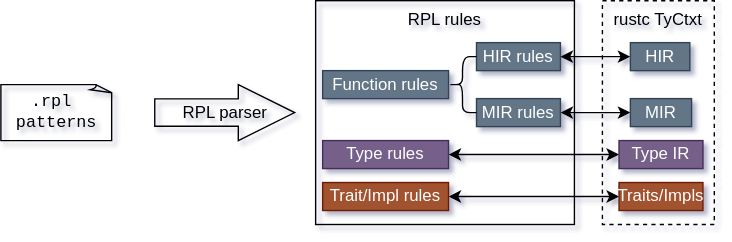
Before: docs/design-docs/rpl.svg, a diagram exported from draw.io (stuuupidcat/RPL). Source tidied: cells renumbered, new cells last; positions are measured from the earlier drawing's top-left corner, leaving out a move shared by most shapes. Its diagram source:
```xml
<mxGraphModel shadow="1">
  <root>
    <mxCell id="0" />
    <mxCell id="1" parent="0" />
    <mxCell id="2" value="rustc TyCtxt" style="whiteSpace=wrap;html=1;verticalAlign=top;fillColor=none;dashed=1;" parent="1" vertex="1">
      <mxGeometry x="430" width="80" height="160" as="geometry" />
    </mxCell>
    <mxCell id="3" value="&lt;pre&gt;.rpl &lt;br/&gt;patterns&lt;/pre&gt;" style="whiteSpace=wrap;html=1;shape=mxgraph.basic.document;fillColor=none;" parent="1" vertex="1">
      <mxGeometry y="60" width="80" height="40" as="geometry" />
    </mxCell>
    <mxCell id="4" value="RPL rules" style="whiteSpace=wrap;html=1;verticalAlign=top;fillColor=none;" parent="1" vertex="1">
      <mxGeometry x="225" width="185" height="160" as="geometry" />
    </mxCell>
    <mxCell id="5" value="Function rules" style="whiteSpace=wrap;html=1;fillColor=#647687;strokeColor=#314354;fontColor=#ffffff;" parent="1" vertex="1">
      <mxGeometry x="230" y="50" width="90" height="20" as="geometry" />
    </mxCell>
    <mxCell id="6" style="edgeStyle=orthogonalEdgeStyle;html=1;fontColor=default;startArrow=classic;startFill=1;" parent="1" edge="1" source="7" target="17">
      <mxGeometry relative="1" as="geometry" />
    </mxCell>
    <mxCell id="7" value="Type rules" style="whiteSpace=wrap;html=1;fillColor=#76608a;fontColor=#ffffff;strokeColor=#432D57;" parent="1" vertex="1">
      <mxGeometry x="230" y="100" width="90" height="20" as="geometry" />
    </mxCell>
    <mxCell id="8" style="edgeStyle=orthogonalEdgeStyle;html=1;fontColor=default;startArrow=classic;startFill=1;" parent="1" edge="1" source="9" target="18">
      <mxGeometry relative="1" as="geometry" />
    </mxCell>
    <mxCell id="9" value="Trait/Impl rules" style="whiteSpace=wrap;html=1;fillColor=#a0522d;fontColor=#ffffff;strokeColor=#6D1F00;" parent="1" vertex="1">
      <mxGeometry x="230" y="130" width="90" height="20" as="geometry" />
    </mxCell>
    <mxCell id="10" value="HIR rules" style="whiteSpace=wrap;html=1;fillColor=#647687;strokeColor=#314354;fontColor=#ffffff;" parent="1" vertex="1">
      <mxGeometry x="340" y="30" width="60" height="20" as="geometry" />
    </mxCell>
    <mxCell id="11" style="edgeStyle=orthogonalEdgeStyle;html=1;entryX=0;entryY=0.5;entryDx=0;entryDy=0;fontColor=default;startArrow=classic;startFill=1;" parent="1" edge="1" source="12" target="15">
      <mxGeometry relative="1" as="geometry" />
    </mxCell>
    <mxCell id="12" value="MIR rules" style="whiteSpace=wrap;html=1;fillColor=#647687;strokeColor=#314354;fontColor=#ffffff;" parent="1" vertex="1">
      <mxGeometry x="340" y="70" width="60" height="20" as="geometry" />
    </mxCell>
    <mxCell id="13" style="shape=curlyBracket;whiteSpace=wrap;html=1;rounded=1;labelPosition=left;verticalLabelPosition=middle;align=right;verticalAlign=middle;shadow=0;glass=0;sketch=0;fontColor=default;fillColor=none;" parent="1" vertex="1">
      <mxGeometry x="320" y="40" width="20" height="40" as="geometry" />
    </mxCell>
    <mxCell id="14" value="RPL parser" style="html=1;shadow=0;dashed=0;align=center;verticalAlign=middle;shape=mxgraph.arrows2.arrow;dy=0.51;dx=40.29;notch=0;rounded=1;glass=0;sketch=0;fontColor=default;fillColor=none;" parent="1" vertex="1">
      <mxGeometry x="110" y="60" width="100" height="40" as="geometry" />
    </mxCell>
    <mxCell id="15" value="MIR" style="whiteSpace=wrap;html=1;fillColor=#647687;fontColor=#ffffff;strokeColor=#314354;" parent="1" vertex="1">
      <mxGeometry x="450" y="70" width="43.8" height="20" as="geometry" />
    </mxCell>
    <mxCell id="16" value="HIR" style="whiteSpace=wrap;html=1;fillColor=#647687;fontColor=#ffffff;strokeColor=#314354;" parent="1" vertex="1">
      <mxGeometry x="450" y="30" width="42.5" height="20" as="geometry" />
    </mxCell>
    <mxCell id="17" value="Type IR" style="whiteSpace=wrap;html=1;fillColor=#76608a;fontColor=#ffffff;strokeColor=#432D57;" parent="1" vertex="1">
      <mxGeometry x="441.9" y="100" width="60" height="20" as="geometry" />
    </mxCell>
    <mxCell id="18" value="Traits/Impls" style="whiteSpace=wrap;html=1;fillColor=#a0522d;fontColor=#ffffff;strokeColor=#6D1F00;" parent="1" vertex="1">
      <mxGeometry x="441.9" y="130" width="60" height="20" as="geometry" />
    </mxCell>
    <mxCell id="19" style="endArrow=classic;startArrow=classic;html=1;fontColor=default;entryX=0;entryY=0.5;entryDx=0;entryDy=0;exitX=1;exitY=0.5;exitDx=0;exitDy=0;" parent="1" edge="1" source="10" target="16">
      <mxGeometry relative="1" as="geometry" />
    </mxCell>
  </root>
</mxGraphModel>
```
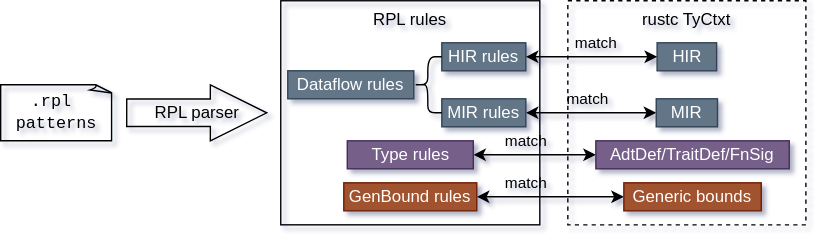
Later version of the same file.

Change to the diagram source:
```diff
@@ -3,58 +3,63 @@
     <mxCell id="0" />
     <mxCell id="1" parent="0" />
     <mxCell id="2" value="rustc TyCtxt" style="whiteSpace=wrap;html=1;verticalAlign=top;fillColor=none;dashed=1;" parent="1" vertex="1">
-      <mxGeometry x="430" width="80" height="160" as="geometry" />
+      <mxGeometry x="405" width="170" height="160" as="geometry" />
     </mxCell>
     <mxCell id="3" value="&lt;pre&gt;.rpl &lt;br/&gt;patterns&lt;/pre&gt;" style="whiteSpace=wrap;html=1;shape=mxgraph.basic.document;fillColor=none;" parent="1" vertex="1">
       <mxGeometry y="60" width="80" height="40" as="geometry" />
     </mxCell>
     <mxCell id="4" value="RPL rules" style="whiteSpace=wrap;html=1;verticalAlign=top;fillColor=none;" parent="1" vertex="1">
-      <mxGeometry x="225" width="185" height="160" as="geometry" />
+      <mxGeometry x="200" width="185" height="160" as="geometry" />
     </mxCell>
-    <mxCell id="5" value="Function rules" style="whiteSpace=wrap;html=1;fillColor=#647687;strokeColor=#314354;fontColor=#ffffff;" parent="1" vertex="1">
-      <mxGeometry x="230" y="50" width="90" height="20" as="geometry" />
+    <mxCell id="5" value="Dataflow rules" style="whiteSpace=wrap;html=1;fillColor=#647687;strokeColor=#314354;fontColor=#ffffff;" parent="1" vertex="1">
+      <mxGeometry x="205" y="50" width="90" height="20" as="geometry" />
     </mxCell>
-    <mxCell id="6" style="edgeStyle=orthogonalEdgeStyle;html=1;fontColor=default;startArrow=classic;startFill=1;" parent="1" edge="1" source="7" target="17">
-      <mxGeometry relative="1" as="geometry" />
+    <mxCell id="6" value="match" style="edgeStyle=orthogonalEdgeStyle;html=1;fontColor=default;startArrow=classic;startFill=1;labelBackgroundColor=none;" parent="1" edge="1" source="7" target="17">
+      <mxGeometry x="-0.14" y="10" relative="1" as="geometry" />
     </mxCell>
     <mxCell id="7" value="Type rules" style="whiteSpace=wrap;html=1;fillColor=#76608a;fontColor=#ffffff;strokeColor=#432D57;" parent="1" vertex="1">
-      <mxGeometry x="230" y="100" width="90" height="20" as="geometry" />
+      <mxGeometry x="247.5" y="100" width="90" height="20" as="geometry" />
     </mxCell>
-    <mxCell id="8" style="edgeStyle=orthogonalEdgeStyle;html=1;fontColor=default;startArrow=classic;startFill=1;" parent="1" edge="1" source="9" target="18">
-      <mxGeometry relative="1" as="geometry" />
+    <mxCell id="8" value="match" style="edgeStyle=orthogonalEdgeStyle;html=1;fontColor=default;startArrow=classic;startFill=1;labelBackgroundColor=none;" parent="1" edge="1" source="9" target="18">
+      <mxGeometry x="-0.33" y="10" relative="1" as="geometry" />
     </mxCell>
-    <mxCell id="9" value="Trait/Impl rules" style="whiteSpace=wrap;html=1;fillColor=#a0522d;fontColor=#ffffff;strokeColor=#6D1F00;" parent="1" vertex="1">
-      <mxGeometry x="230" y="130" width="90" height="20" as="geometry" />
+    <mxCell id="9" value="GenBound rules" style="whiteSpace=wrap;html=1;fillColor=#a0522d;fontColor=#ffffff;strokeColor=#6D1F00;" parent="1" vertex="1">
+      <mxGeometry x="245" y="130" width="95" height="20" as="geometry" />
     </mxCell>
     <mxCell id="10" value="HIR rules" style="whiteSpace=wrap;html=1;fillColor=#647687;strokeColor=#314354;fontColor=#ffffff;" parent="1" vertex="1">
-      <mxGeometry x="340" y="30" width="60" height="20" as="geometry" />
+      <mxGeometry x="315" y="30" width="60" height="20" as="geometry" />
     </mxCell>
-    <mxCell id="11" style="edgeStyle=orthogonalEdgeStyle;html=1;entryX=0;entryY=0.5;entryDx=0;entryDy=0;fontColor=default;startArrow=classic;startFill=1;" parent="1" edge="1" source="12" target="15">
-      <mxGeometry relative="1" as="geometry" />
+    <mxCell id="11" value="match" style="edgeStyle=orthogonalEdgeStyle;html=1;entryX=0;entryY=0.5;entryDx=0;entryDy=0;fontColor=default;startArrow=classic;startFill=1;labelBackgroundColor=none;" parent="1" edge="1" source="12" target="15">
+      <mxGeometry x="-0.05" y="10" relative="1" as="geometry" />
     </mxCell>
     <mxCell id="12" value="MIR rules" style="whiteSpace=wrap;html=1;fillColor=#647687;strokeColor=#314354;fontColor=#ffffff;" parent="1" vertex="1">
-      <mxGeometry x="340" y="70" width="60" height="20" as="geometry" />
+      <mxGeometry x="315" y="70" width="60" height="20" as="geometry" />
     </mxCell>
     <mxCell id="13" style="shape=curlyBracket;whiteSpace=wrap;html=1;rounded=1;labelPosition=left;verticalLabelPosition=middle;align=right;verticalAlign=middle;shadow=0;glass=0;sketch=0;fontColor=default;fillColor=none;" parent="1" vertex="1">
-      <mxGeometry x="320" y="40" width="20" height="40" as="geometry" />
+      <mxGeometry x="295" y="40" width="20" height="40" as="geometry" />
     </mxCell>
     <mxCell id="14" value="RPL parser" style="html=1;shadow=0;dashed=0;align=center;verticalAlign=middle;shape=mxgraph.arrows2.arrow;dy=0.51;dx=40.29;notch=0;rounded=1;glass=0;sketch=0;fontColor=default;fillColor=none;" parent="1" vertex="1">
-      <mxGeometry x="110" y="60" width="100" height="40" as="geometry" />
+      <mxGeometry x="90" y="60" width="100" height="40" as="geometry" />
     </mxCell>
     <mxCell id="15" value="MIR" style="whiteSpace=wrap;html=1;fillColor=#647687;fontColor=#ffffff;strokeColor=#314354;" parent="1" vertex="1">
-      <mxGeometry x="450" y="70" width="43.8" height="20" as="geometry" />
+      <mxGeometry x="468.1" y="70" width="43.8" height="20" as="geometry" />
     </mxCell>
     <mxCell id="16" value="HIR" style="whiteSpace=wrap;html=1;fillColor=#647687;fontColor=#ffffff;strokeColor=#314354;" parent="1" vertex="1">
-      <mxGeometry x="450" y="30" width="42.5" height="20" as="geometry" />
+      <mxGeometry x="468.8" y="30" width="42.5" height="20" as="geometry" />
     </mxCell>
-    <mxCell id="17" value="Type IR" style="whiteSpace=wrap;html=1;fillColor=#76608a;fontColor=#ffffff;strokeColor=#432D57;" parent="1" vertex="1">
-      <mxGeometry x="441.9" y="100" width="60" height="20" as="geometry" />
+    <mxCell id="17" value="AdtDef/TraitDef/FnSig" style="whiteSpace=wrap;html=1;fillColor=#76608a;fontColor=#ffffff;strokeColor=#432D57;" parent="1" vertex="1">
+      <mxGeometry x="425" y="100" width="138.1" height="20" as="geometry" />
     </mxCell>
-    <mxCell id="18" value="Traits/Impls" style="whiteSpace=wrap;html=1;fillColor=#a0522d;fontColor=#ffffff;strokeColor=#6D1F00;" parent="1" vertex="1">
-      <mxGeometry x="441.9" y="130" width="60" height="20" as="geometry" />
+    <mxCell id="18" value="Generic bounds" style="whiteSpace=wrap;html=1;fillColor=#a0522d;fontColor=#ffffff;strokeColor=#6D1F00;" parent="1" vertex="1">
+      <mxGeometry x="445" y="130" width="98.1" height="20" as="geometry" />
     </mxCell>
     <mxCell id="19" style="endArrow=classic;startArrow=classic;html=1;fontColor=default;entryX=0;entryY=0.5;entryDx=0;entryDy=0;exitX=1;exitY=0.5;exitDx=0;exitDy=0;" parent="1" edge="1" source="10" target="16">
       <mxGeometry relative="1" as="geometry" />
     </mxCell>
+    <mxCell id="20" value="match" style="edgeLabel;html=1;align=center;verticalAlign=middle;fontColor=default;labelBackgroundColor=none;" parent="19" vertex="1">
+      <mxGeometry x="0.29" y="-2" relative="1" as="geometry">
+        <mxPoint x="-11" y="-12" as="offset" />
+      </mxGeometry>
+    </mxCell>
   </root>
 </mxGraphModel>
```
